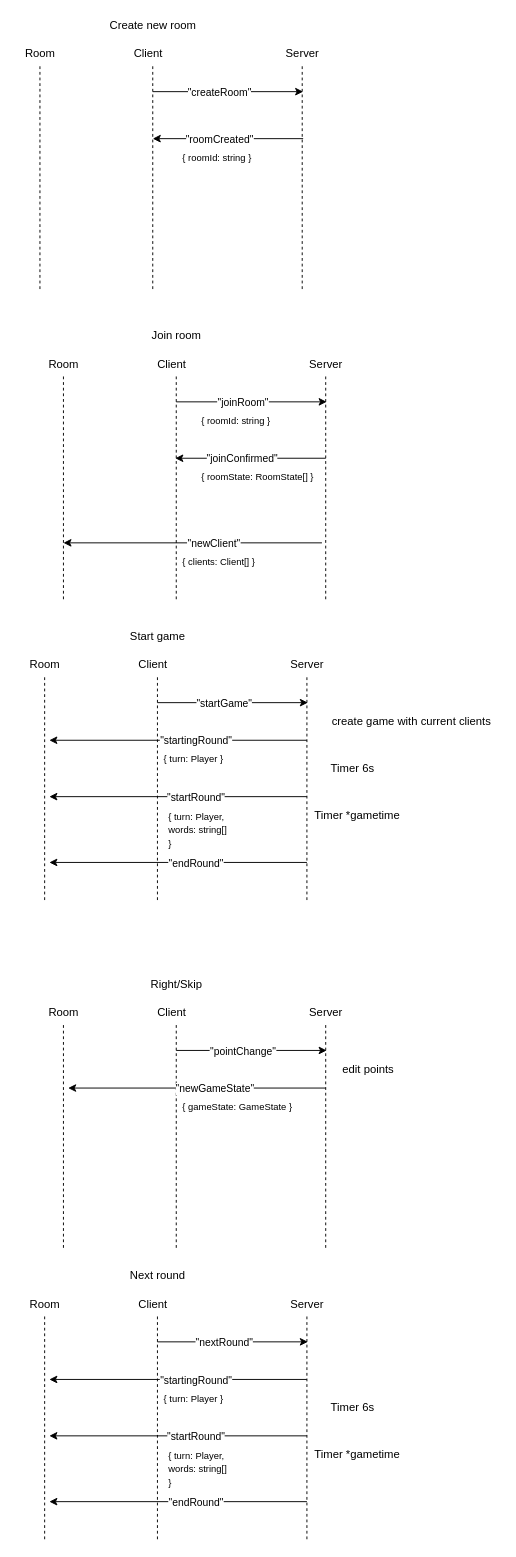
The draw.io diagram eventDiagram.drawio in MineTech0/selita-ja-arvaa, before the edit. Source tidied: cells renumbered, new cells numbered last; positions are measured from the earlier drawing's top-left corner, leaving out a move shared by most shapes. Both pictures are drawn from the tidied source at 94%, with x=0, y=0 at pixel (16, 16).
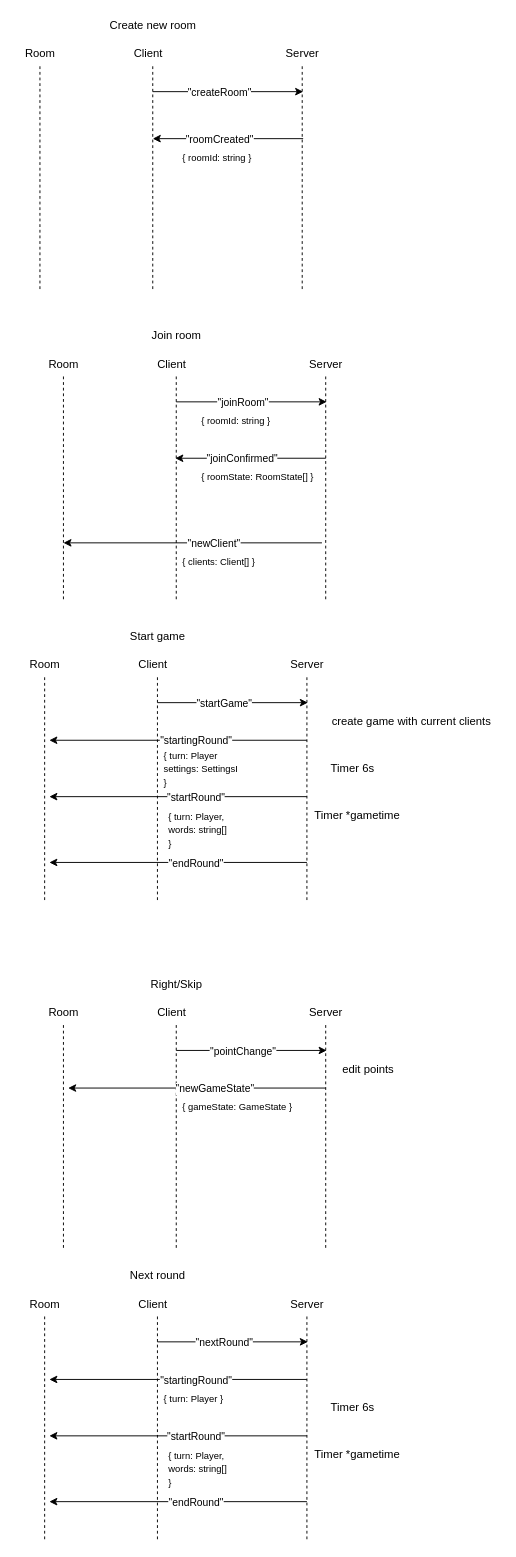
The same diagram, later.

Change to the diagram source:
```diff
@@
-    <mxCell id="39" value="&lt;font style=&quot;font-size: 10px&quot;&gt;{ turn: Player&amp;nbsp;}&lt;/font&gt;" style="text;html=1;align=left;verticalAlign=middle;strokeColor=none;" parent="1" vertex="1">
-      <mxGeometry x="155" y="780" width="80" height="20" as="geometry" />
+    <mxCell id="39" value="&lt;font style=&quot;font-size: 10px&quot;&gt;{ turn: Player&amp;nbsp;&lt;br&gt;settings: SettingsI&lt;br&gt;}&lt;/font&gt;" style="text;html=1;align=left;verticalAlign=middle;strokeColor=none;" parent="1" vertex="1">
+      <mxGeometry x="155" y="775" width="90" height="50" as="geometry" />
     </mxCell>
```
